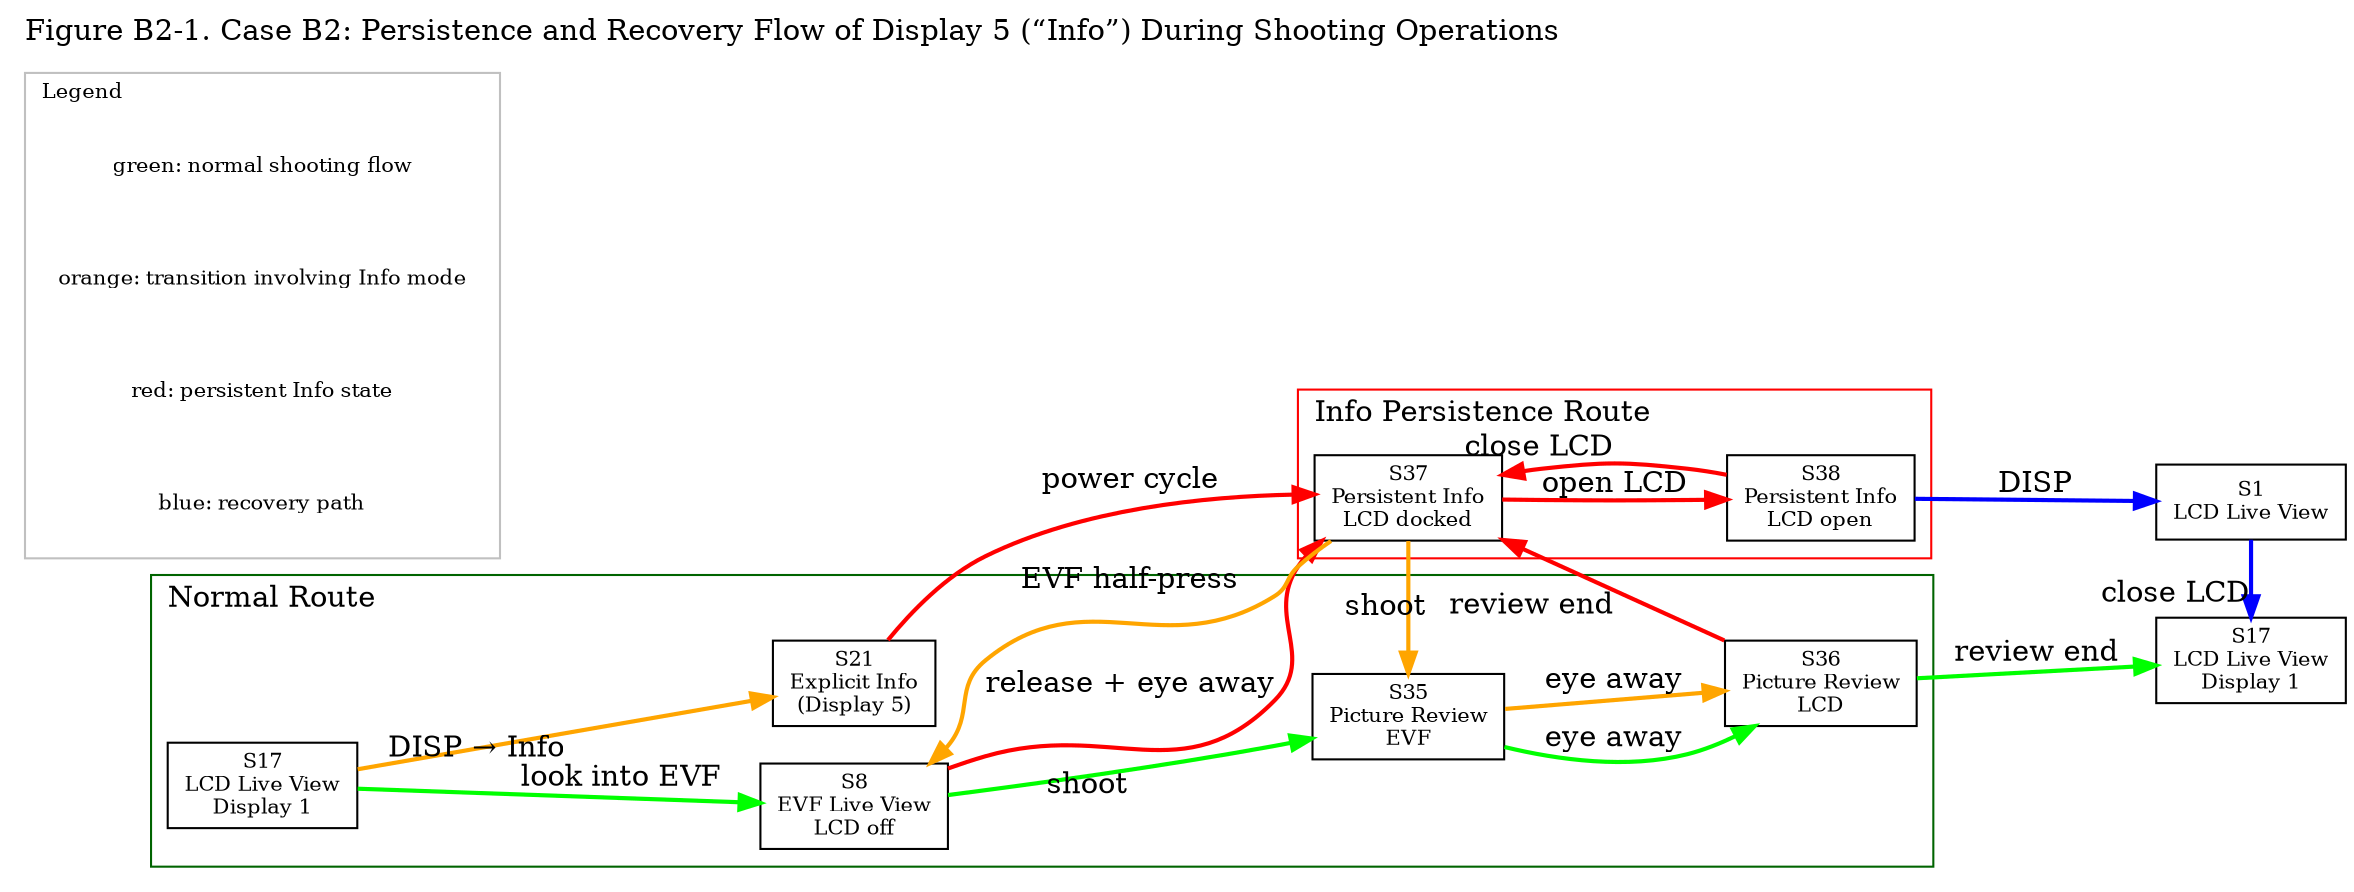
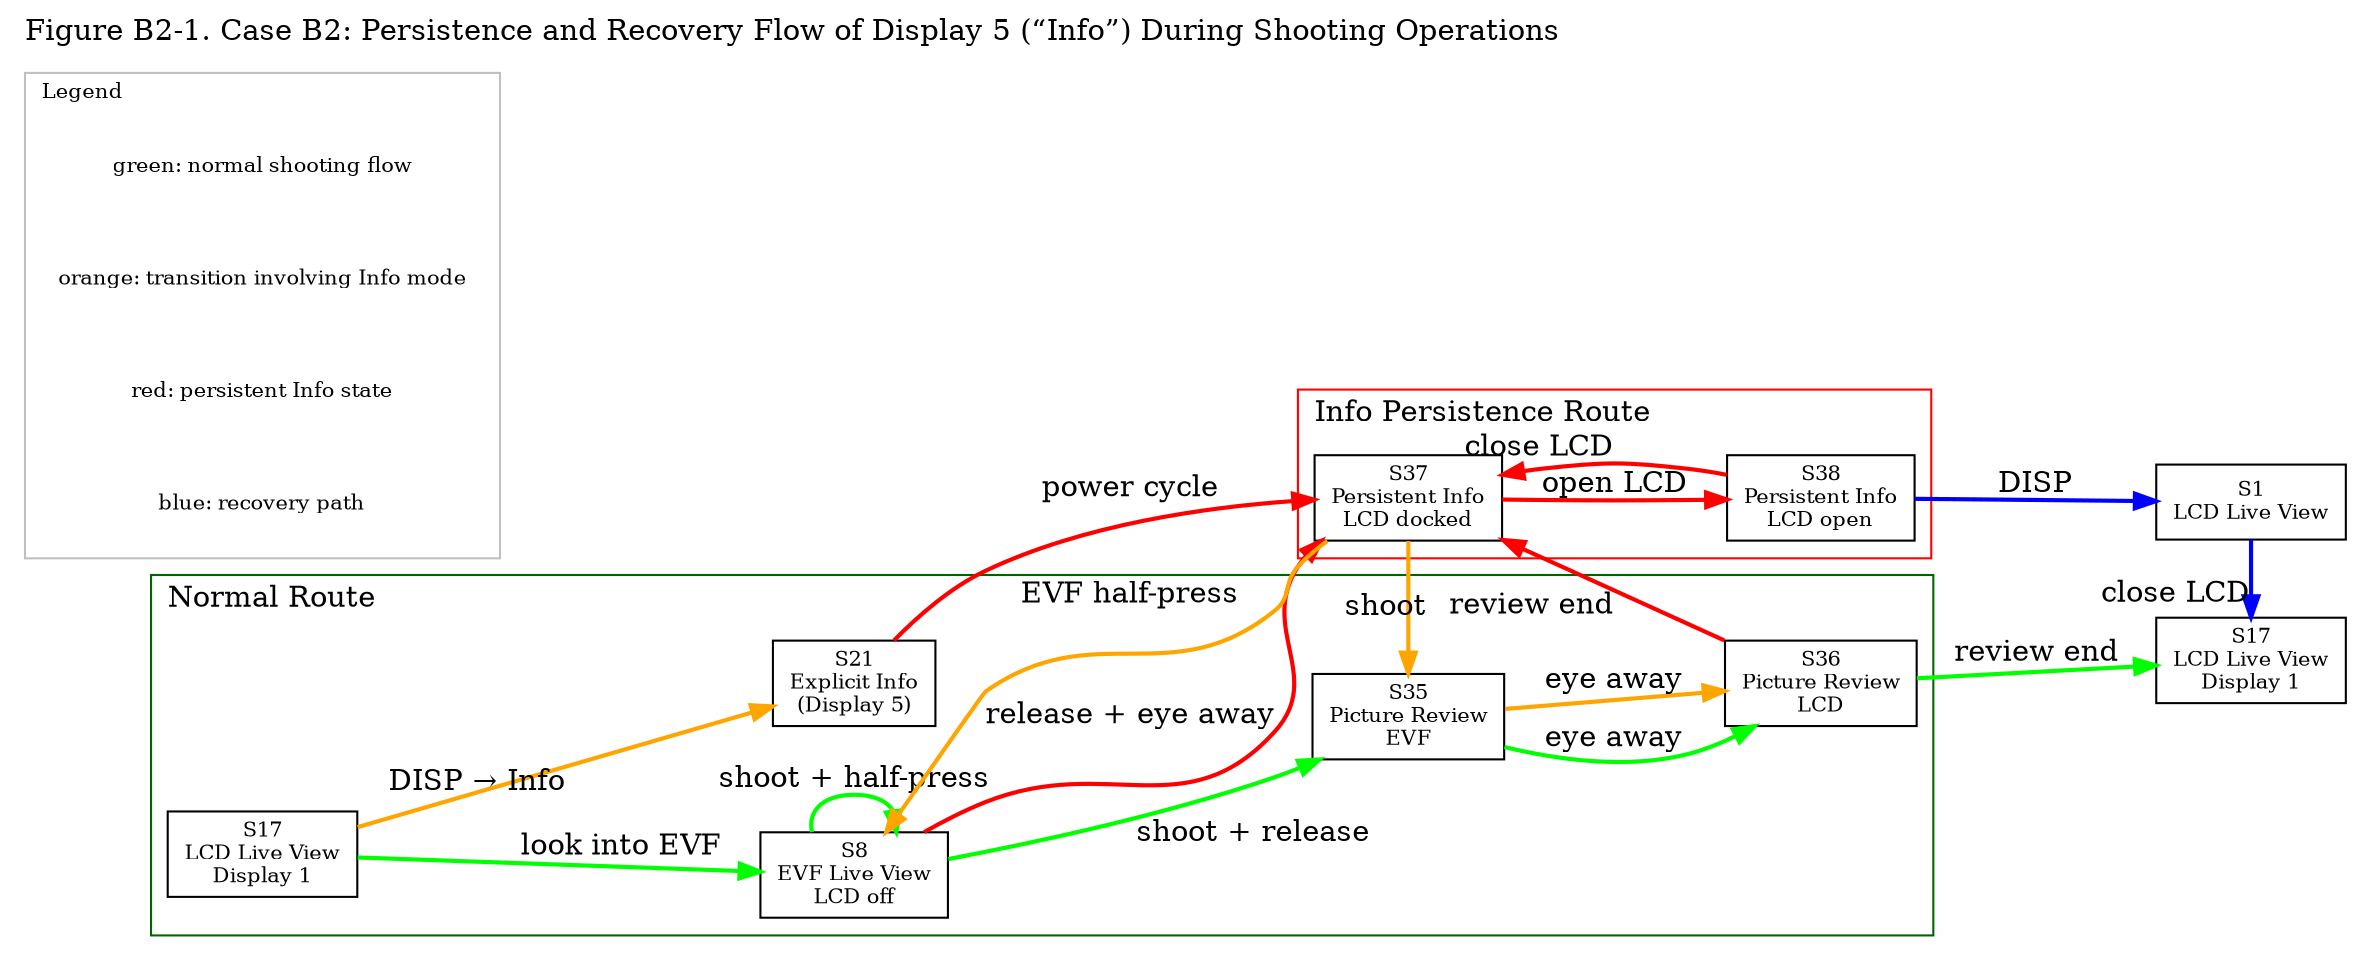

digraph B2_Extended {
label="Figure B2-1. Case B2: Persistence and Recovery Flow of Display 5 (“Info”) During Shooting Operations";
labelloc="t";
labeljust="l";
rankdir=LR;
node [shape=box, fontsize=10];


S17_L [label="S17\nLCD Live View\nDisplay 1"];
S17_R [label="S17\nLCD Live View\nDisplay 1"];


S8  [label="S8\nEVF Live View\nLCD off"];

S21 [label="S21\nExplicit Info\n(Display 5)"];



S35 [label="S35\nPicture Review\nEVF"];
S36 [label="S36\nPicture Review\nLCD"];
S37 [label="S37\nPersistent Info\nLCD docked"];
S38 [label="S38\nPersistent Info\nLCD open"];
S1  [label="S1\nLCD Live View"];
/* --- Normal shooting flow --- */




     {rank=same; S17_R; S1;}

subgraph cluster_normal {
    label="Normal Route";
    color="darkgreen";

    S17_L -> S8  [label="look into EVF", color="green", penwidth=2];
-     S8     -> S35 [xlabel="shoot", color="green", penwidth=2];
+     S8     -> S35 [xlabel="shoot + release", color="green", penwidth=2];
    S35    -> S36 [label="eye away", color="green", penwidth=2];
    S36    -> S17_R [label="review end", color="green", penwidth=2];
    S17_L -> S21 [xlabel="DISP → Info", color="orange", penwidth=2];
+     S8 -> S8  [label="shoot + half-press", color="green", penwidth=2];

}

/* --- Info entry & persistence --- */
subgraph cluster_info {
    label="Info Persistence Route";
    color="red";


    S21   -> S37 [label="power cycle", color="red", penwidth=2];

    S37 -> S8   [label="EVF half-press", color="orange", penwidth=2];
    S8  -> S37  [label="release + eye away", color="red", penwidth=2];

    S37 -> S35  [label="shoot", color="orange", penwidth=2];
    S35 -> S36  [label="eye away", color="orange", penwidth=2];
    S36 -> S37  [xlabel="review end", color="red", penwidth=2];
    S37 -> S38 [label="open LCD", color="red", penwidth=2];
    S38 -> S37 [xlabel="close LCD", color="red", penwidth=2];

}



/* --- Recovery flow --- */
subgraph cluster_recovery {
    label="Recovery";
    color="blue";


    S38 -> S1  [label="DISP", color="blue", penwidth=2];
    S1  -> S17_R [xlabel="close LCD", color="blue", penwidth=2];
}

/* --- Legend --- */
subgraph cluster_legend {
    label="Legend";
    fontsize=10;
    color="gray";

    key_expected [label="green: normal shooting flow", shape=plaintext];
    key_info_transition [label="orange: transition involving Info mode", shape=plaintext];
    key_info_state [label="red: persistent Info state", shape=plaintext];
    key_recovery [label="blue: recovery path", shape=plaintext];
}


}